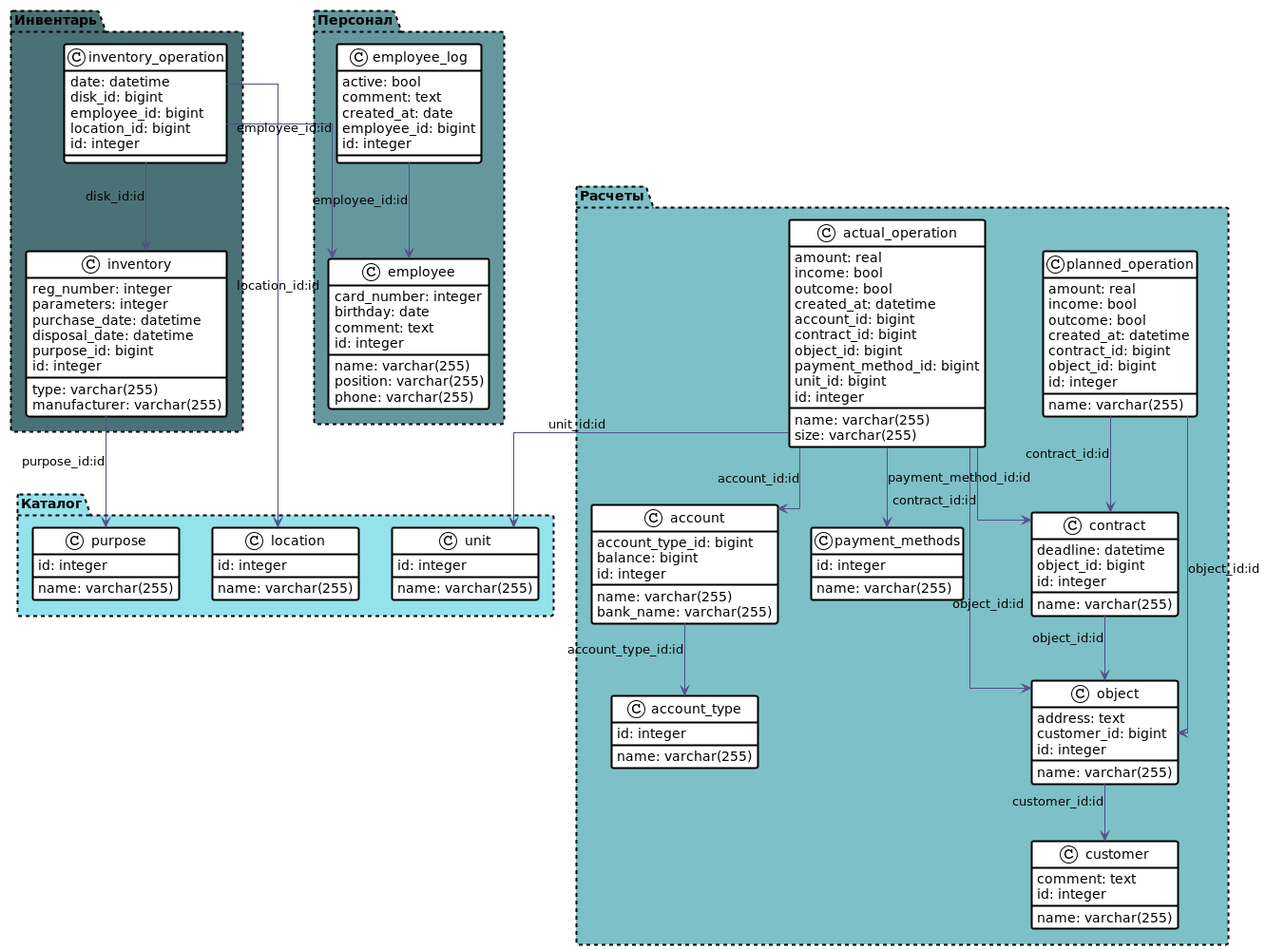
This is project/sources/images/db.png from ContinentalGuy/otus-arch, a PlantUML export, as it was before one commit.
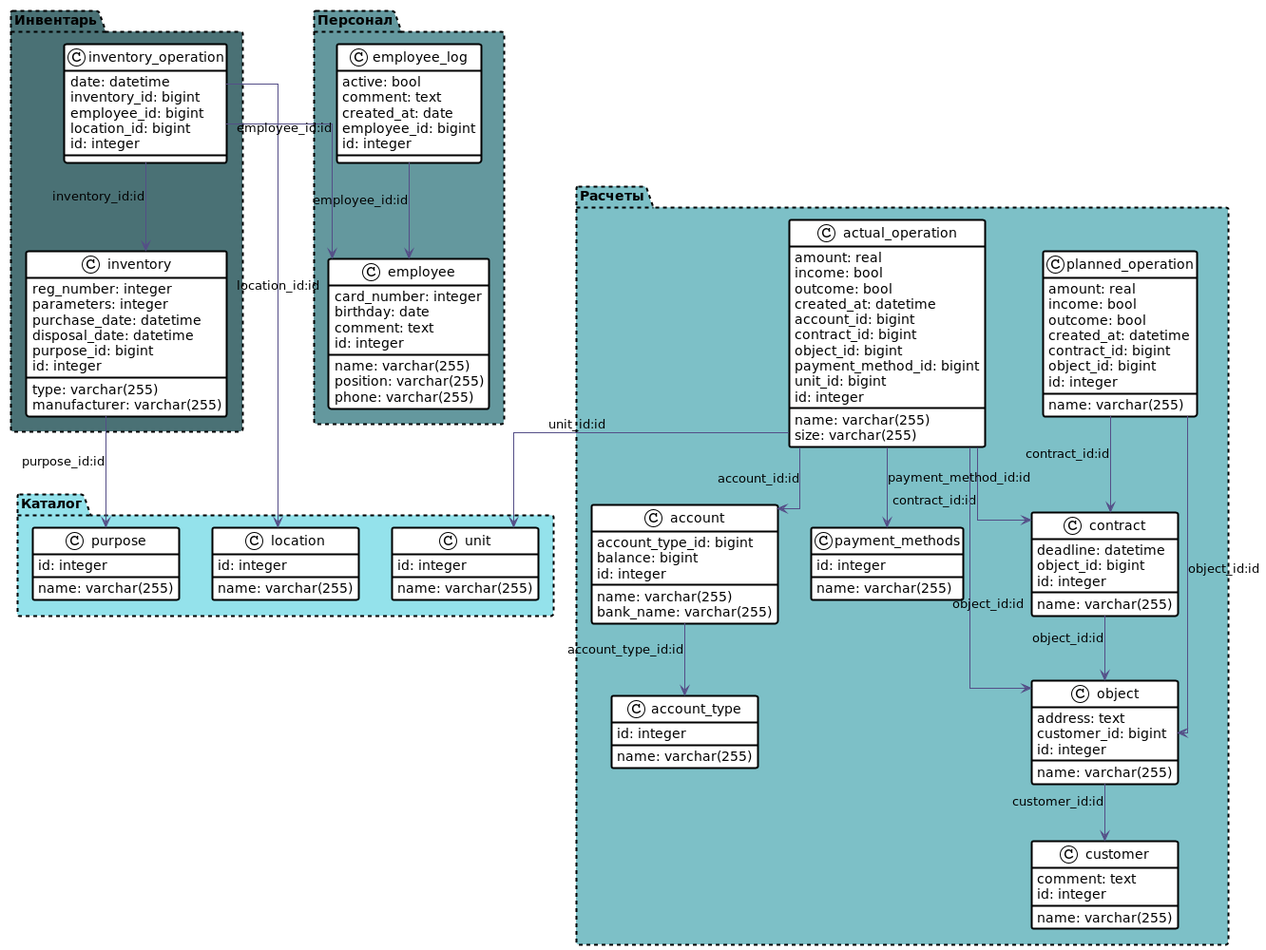
Above is the later version.

The edit, as a diff of the source:
```diff
@@ -44,7 +44,7 @@
     }
     class inventory_operation {
     date: datetime
-    disk_id: bigint
+    inventory_id: bigint
     employee_id: bigint
     location_id: bigint
     id: integer
@@ -131,7 +131,7 @@
 
 inventory             -[$color6,$style1]->  purpose           : "purpose_id:id"
 inventory_operation   -[$color6,$style1]->  location          : "location_id:id"
-inventory_operation   -[$color6,$style1]->  inventory            : "disk_id:id"
+inventory_operation   -[$color6,$style1]->  inventory            : "inventory_id:id"
 inventory_operation   -[$color6,$style1]->  employee          : "employee_id:id"
 account            -[$color6,$style1]->  account_type       : "account_type_id:id"
 actual_operation   -[$color6,$style1]->  unit              : "unit_id:id"
```
